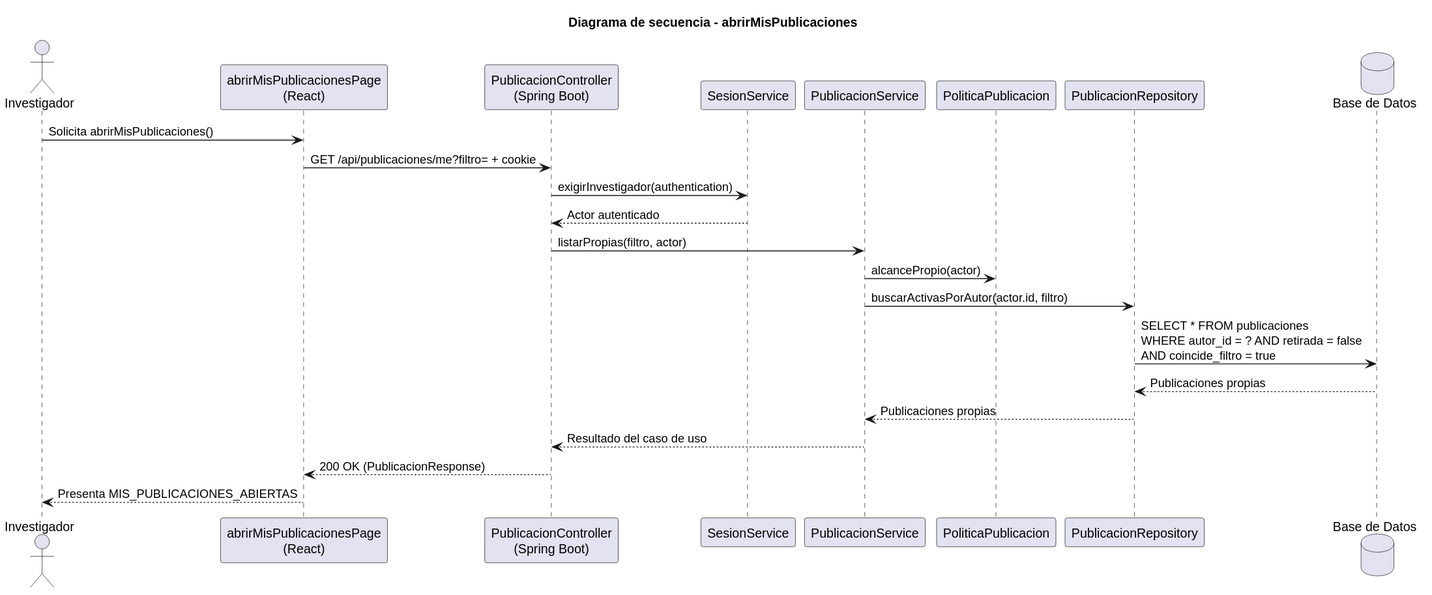
This is images/RUP/02-diseño/casos-uso/investigador/abrirMisPublicaciones/secuencia.svg from beatriizorozco/25-26-idsw2-sdVC, a PlantUML export, as it was before one commit.
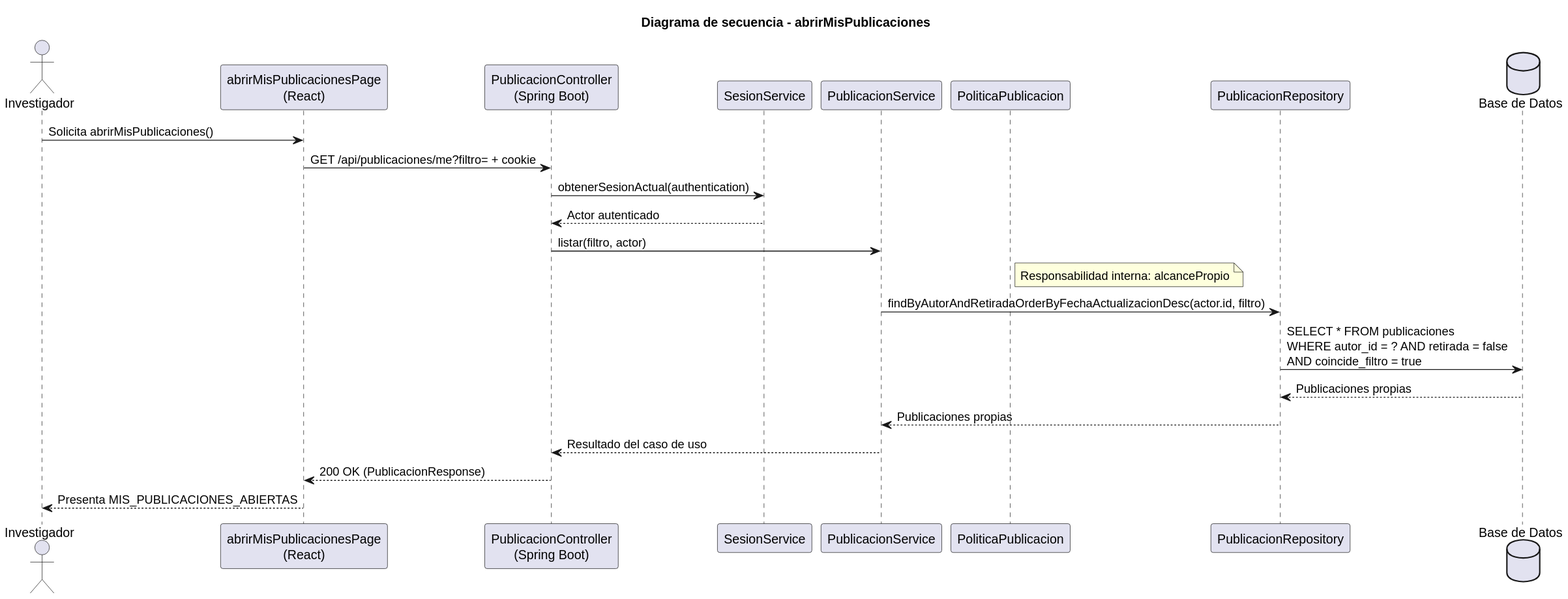
Later version of the same file.

What changed in the source:
```diff
@@ -12,11 +12,11 @@
 
 Investigador -> Frontend: Solicita abrirMisPublicaciones()
 Frontend -> Api: GET /api/publicaciones/me?filtro= + cookie
-Api -> Sesion: exigirInvestigador(authentication)
+Api -> Sesion: obtenerSesionActual(authentication)
 Sesion --> Api: Actor autenticado
-Api -> Service: listarPropias(filtro, actor)
-Service -> Policy: alcancePropio(actor)
-Service -> Repo: buscarActivasPorAutor(actor.id, filtro)
+Api -> Service: listar(filtro, actor)
+note right of Policy: Responsabilidad interna: alcancePropio
+Service -> Repo: findByAutorAndRetiradaOrderByFechaActualizacionDesc(actor.id, filtro)
 Repo -> DB: SELECT * FROM publicaciones\nWHERE autor_id = ? AND retirada = false\nAND coincide_filtro = true
 DB --> Repo: Publicaciones propias
 Repo --> Service: Publicaciones propias
```
